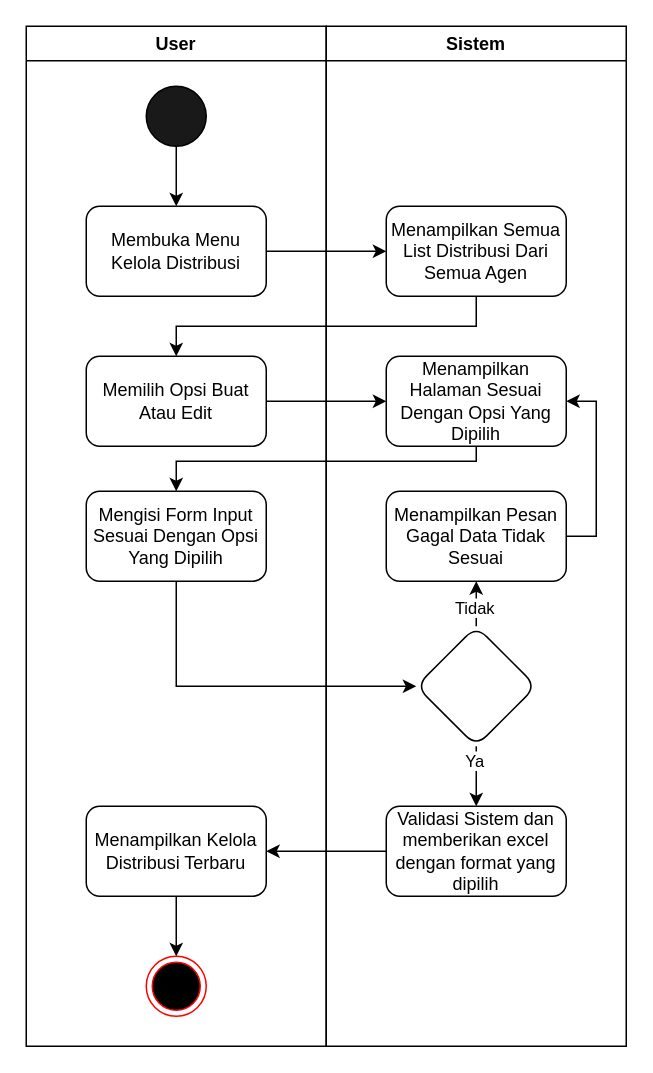
Earlier version of the draw.io diagram page "Kelola Distribusi" (12 of 14) of Doc/UseCase/Feby-1.drawio (gustitriprayoga/sistem-umkm-feby). Source tidied: cells renumbered, new cells numbered last; positions are measured from the earlier drawing's top-left corner, leaving out a move shared by most shapes. Both pictures are drawn from the tidied source at 150%, with x=0, y=0 at pixel (26, 26).
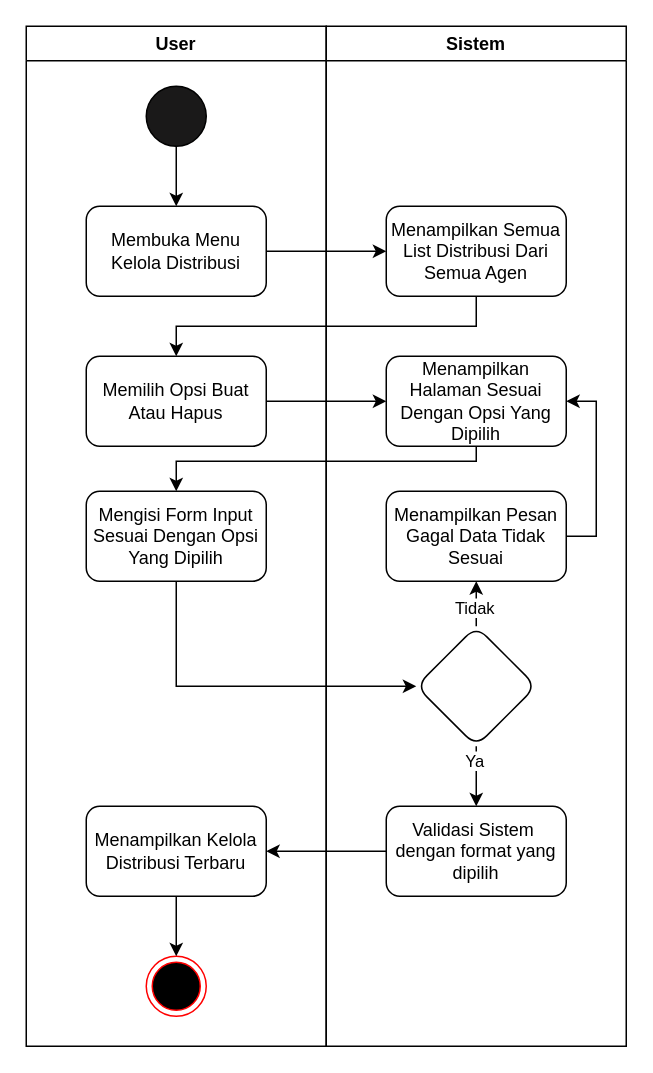
The same page after the edit.

Diff of the diagram source:
```diff
@@
-    <mxCell id="10" value="Memilih Opsi Buat Atau Edit" style="rounded=1;whiteSpace=wrap;html=1;" parent="1" vertex="1">
+    <mxCell id="10" value="Memilih Opsi Buat Atau Hapus" style="rounded=1;whiteSpace=wrap;html=1;" parent="1" vertex="1">
       <mxGeometry x="40" y="220" width="120" height="60" as="geometry" />
     </mxCell>
@@
-    <mxCell id="21" value="Validasi Sistem dan memberikan excel dengan format yang dipilih" style="whiteSpace=wrap;html=1;rounded=1;" parent="1" vertex="1">
+    <mxCell id="21" value="Validasi Sistem&amp;nbsp; dengan format yang dipilih" style="whiteSpace=wrap;html=1;rounded=1;" parent="1" vertex="1">
       <mxGeometry x="240" y="520" width="120" height="60" as="geometry" />
     </mxCell>
```
